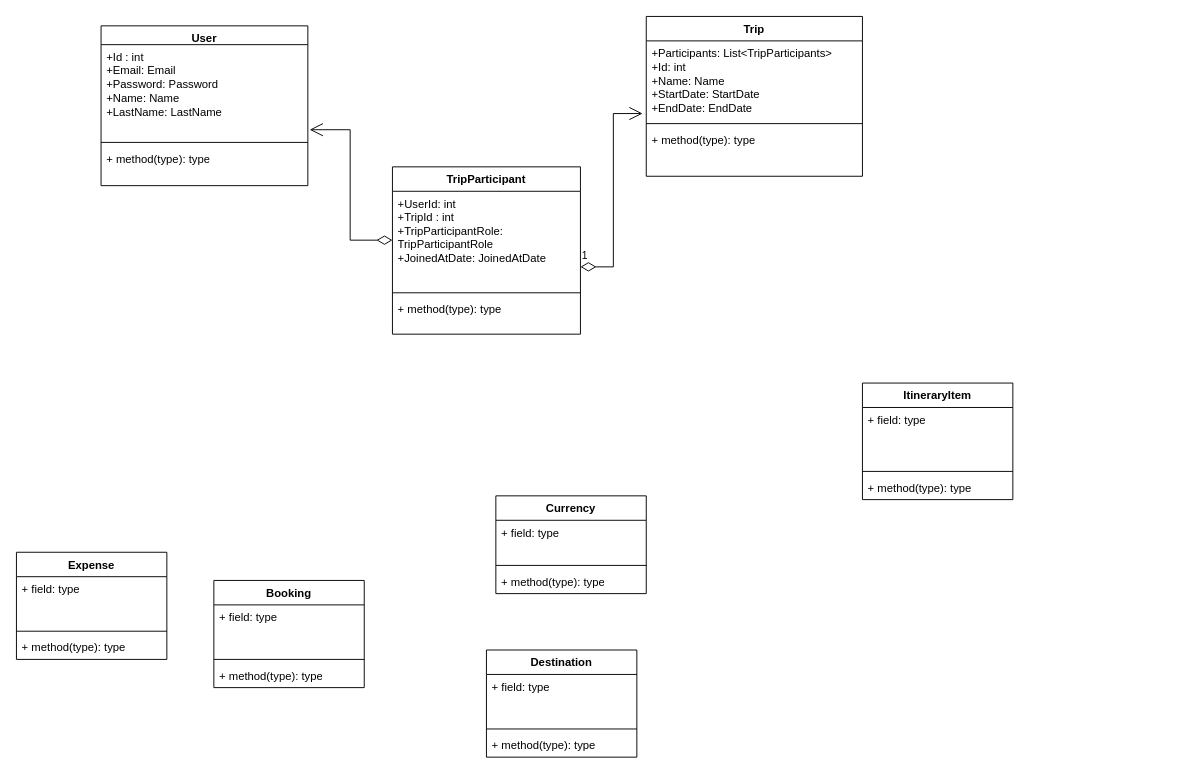
Earlier version of the draw.io diagram Class Diagram.drawio (mauriuy007/PeerT-). Source tidied: cells renumbered, new cells numbered last; positions are measured from the earlier drawing's top-left corner, leaving out a move shared by most shapes. Both pictures are drawn from the tidied source at 94%, with x=0, y=0 at pixel (16, 16).
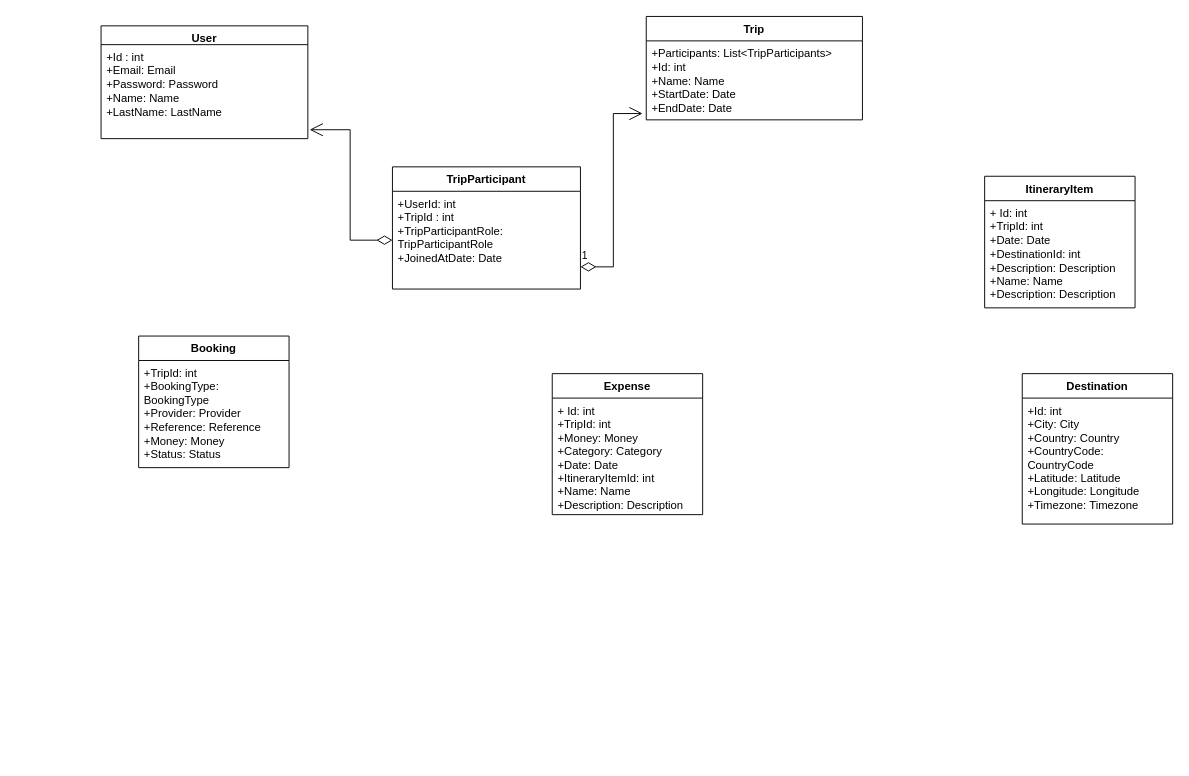
The same diagram, later.

Commit message (it also covers changes not shown here):
adding entities do design

What changed in the source:
```diff
@@
     <mxCell id="2" value="User" style="swimlane;fontStyle=1;align=center;verticalAlign=top;horizontal=1;startSize=20;whiteSpace=wrap;html=1;" parent="1" vertex="1">
-      <mxGeometry x="90" y="10" width="220" height="170" as="geometry" />
+      <mxGeometry x="90" y="10" width="220" height="120" as="geometry" />
     </mxCell>
@@
-    <mxCell id="4" style="line;strokeWidth=1;fillColor=none;align=left;verticalAlign=middle;spacingTop=-1;spacingLeft=3;spacingRight=3;labelPosition=right;strokeColor=inherit;" parent="2" vertex="1">
-      <mxGeometry y="120" width="220" height="8" as="geometry" />
-    </mxCell>
-    <mxCell id="5" value="+ method(type): type" style="text;strokeColor=none;fillColor=none;align=left;verticalAlign=top;spacingLeft=4;spacingRight=4;overflow=hidden;whiteSpace=wrap;html=1;" parent="2" vertex="1">
-      <mxGeometry y="128" width="220" height="42" as="geometry" />
-    </mxCell>
     <mxCell id="6" value="Booking" style="swimlane;fontStyle=1;align=center;verticalAlign=top;horizontal=1;startSize=26;whiteSpace=wrap;html=1;" parent="1" vertex="1">
-      <mxGeometry x="210" y="600" width="160" height="114" as="geometry" />
+      <mxGeometry x="130" y="340" width="160" height="140" as="geometry" />
     </mxCell>
-    <mxCell id="7" value="+ field: type" style="text;strokeColor=none;fillColor=none;align=left;verticalAlign=top;spacingLeft=4;spacingRight=4;overflow=hidden;whiteSpace=wrap;html=1;" parent="6" vertex="1">
-      <mxGeometry y="26" width="160" height="54" as="geometry" />
+    <mxCell id="7" value="+TripId: int&amp;nbsp;&lt;div&gt;+BookingType: BookingType&lt;/div&gt;&lt;div&gt;+Provider: Provider&lt;/div&gt;&lt;div&gt;+Reference: Reference&lt;/div&gt;&lt;div&gt;+Money: Money&lt;/div&gt;&lt;div&gt;+Status: Status&lt;/div&gt;" style="text;strokeColor=none;fillColor=none;align=left;verticalAlign=top;spacingLeft=4;spacingRight=4;overflow=hidden;whiteSpace=wrap;html=1;" parent="6" vertex="1">
+      <mxGeometry y="26" width="160" height="114" as="geometry" />
     </mxCell>
-    <mxCell id="8" style="line;strokeWidth=1;fillColor=none;align=left;verticalAlign=middle;spacingTop=-1;spacingLeft=3;spacingRight=3;labelPosition=right;strokeColor=inherit;" parent="6" vertex="1">
-      <mxGeometry y="80" width="160" height="8" as="geometry" />
-    </mxCell>
-    <mxCell id="9" value="+ method(type): type" style="text;strokeColor=none;fillColor=none;align=left;verticalAlign=top;spacingLeft=4;spacingRight=4;overflow=hidden;whiteSpace=wrap;html=1;" parent="6" vertex="1">
-      <mxGeometry y="88" width="160" height="26" as="geometry" />
-    </mxCell>
     <mxCell id="10" value="ItineraryItem" style="swimlane;fontStyle=1;align=center;verticalAlign=top;horizontal=1;startSize=26;whiteSpace=wrap;html=1;" parent="1" vertex="1">
-      <mxGeometry x="900" y="390" width="160" height="124" as="geometry" />
+      <mxGeometry x="1030" y="170" width="160" height="140" as="geometry" />
     </mxCell>
-    <mxCell id="11" value="+ field: type" style="text;strokeColor=none;fillColor=none;align=left;verticalAlign=top;spacingLeft=4;spacingRight=4;overflow=hidden;whiteSpace=wrap;html=1;" parent="10" vertex="1">
-      <mxGeometry y="26" width="160" height="64" as="geometry" />
+    <mxCell id="11" value="+ Id: int&amp;nbsp;&lt;div&gt;+TripId: int&amp;nbsp;&lt;/div&gt;&lt;div&gt;+Date: Date&lt;/div&gt;&lt;div&gt;+DestinationId: int&lt;/div&gt;&lt;div&gt;+Description: Description&lt;/div&gt;&lt;div&gt;+Name: Name&lt;/div&gt;&lt;div&gt;+Description: Description&lt;/div&gt;" style="text;strokeColor=none;fillColor=none;align=left;verticalAlign=top;spacingLeft=4;spacingRight=4;overflow=hidden;whiteSpace=wrap;html=1;" parent="10" vertex="1">
+      <mxGeometry y="26" width="160" height="114" as="geometry" />
     </mxCell>
-    <mxCell id="12" style="line;strokeWidth=1;fillColor=none;align=left;verticalAlign=middle;spacingTop=-1;spacingLeft=3;spacingRight=3;labelPosition=right;strokeColor=inherit;" parent="10" vertex="1">
-      <mxGeometry y="90" width="160" height="8" as="geometry" />
-    </mxCell>
-    <mxCell id="13" value="+ method(type): type" style="text;strokeColor=none;fillColor=none;align=left;verticalAlign=top;spacingLeft=4;spacingRight=4;overflow=hidden;whiteSpace=wrap;html=1;" parent="10" vertex="1">
-      <mxGeometry y="98" width="160" height="26" as="geometry" />
-    </mxCell>
-    <mxCell id="14" value="Destination" style="swimlane;fontStyle=1;align=center;verticalAlign=top;horizontal=1;startSize=26;whiteSpace=wrap;html=1;" parent="1" vertex="1">
-      <mxGeometry x="500" y="674" width="160" height="114" as="geometry" />
-    </mxCell>
-    <mxCell id="15" value="+ field: type" style="text;strokeColor=none;fillColor=none;align=left;verticalAlign=top;spacingLeft=4;spacingRight=4;overflow=hidden;whiteSpace=wrap;html=1;" parent="14" vertex="1">
-      <mxGeometry y="26" width="160" height="54" as="geometry" />
-    </mxCell>
-    <mxCell id="16" style="line;strokeWidth=1;fillColor=none;align=left;verticalAlign=middle;spacingTop=-1;spacingLeft=3;spacingRight=3;labelPosition=right;strokeColor=inherit;" parent="14" vertex="1">
-      <mxGeometry y="80" width="160" height="8" as="geometry" />
-    </mxCell>
-    <mxCell id="17" value="+ method(type): type" style="text;strokeColor=none;fillColor=none;align=left;verticalAlign=top;spacingLeft=4;spacingRight=4;overflow=hidden;whiteSpace=wrap;html=1;" parent="14" vertex="1">
-      <mxGeometry y="88" width="160" height="26" as="geometry" />
-    </mxCell>
     <mxCell id="18" value="Expense" style="swimlane;fontStyle=1;align=center;verticalAlign=top;horizontal=1;startSize=26;whiteSpace=wrap;html=1;" parent="1" vertex="1">
-      <mxGeometry y="570" width="160" height="114" as="geometry" />
+      <mxGeometry x="570" y="380" width="160" height="150" as="geometry" />
     </mxCell>
-    <mxCell id="19" value="+ field: type" style="text;strokeColor=none;fillColor=none;align=left;verticalAlign=top;spacingLeft=4;spacingRight=4;overflow=hidden;whiteSpace=wrap;html=1;" parent="18" vertex="1">
-      <mxGeometry y="26" width="160" height="54" as="geometry" />
+    <mxCell id="19" value="+ Id: int&amp;nbsp;&lt;div&gt;+TripId: int&amp;nbsp;&lt;/div&gt;&lt;div&gt;+Money: Money&amp;nbsp;&lt;/div&gt;&lt;div&gt;+Category: Category&lt;/div&gt;&lt;div&gt;+Date: Date&lt;/div&gt;&lt;div&gt;+ItineraryItemId: int&lt;/div&gt;&lt;div&gt;+Name: Name&lt;/div&gt;&lt;div&gt;+Description: Description&lt;/div&gt;" style="text;strokeColor=none;fillColor=none;align=left;verticalAlign=top;spacingLeft=4;spacingRight=4;overflow=hidden;whiteSpace=wrap;html=1;" parent="18" vertex="1">
+      <mxGeometry y="26" width="160" height="124" as="geometry" />
     </mxCell>
-    <mxCell id="20" style="line;strokeWidth=1;fillColor=none;align=left;verticalAlign=middle;spacingTop=-1;spacingLeft=3;spacingRight=3;labelPosition=right;strokeColor=inherit;" parent="18" vertex="1">
-      <mxGeometry y="80" width="160" height="8" as="geometry" />
-    </mxCell>
-    <mxCell id="21" value="+ method(type): type" style="text;strokeColor=none;fillColor=none;align=left;verticalAlign=top;spacingLeft=4;spacingRight=4;overflow=hidden;whiteSpace=wrap;html=1;" parent="18" vertex="1">
-      <mxGeometry y="88" width="160" height="26" as="geometry" />
-    </mxCell>
-    <mxCell id="22" value="Currency" style="swimlane;fontStyle=1;align=center;verticalAlign=top;horizontal=1;startSize=26;whiteSpace=wrap;html=1;" parent="1" vertex="1">
-      <mxGeometry x="510" y="510" width="160" height="104" as="geometry" />
-    </mxCell>
-    <mxCell id="23" value="+ field: type" style="text;strokeColor=none;fillColor=none;align=left;verticalAlign=top;spacingLeft=4;spacingRight=4;overflow=hidden;whiteSpace=wrap;html=1;" parent="22" vertex="1">
-      <mxGeometry y="26" width="160" height="44" as="geometry" />
-    </mxCell>
-    <mxCell id="24" style="line;strokeWidth=1;fillColor=none;align=left;verticalAlign=middle;spacingTop=-1;spacingLeft=3;spacingRight=3;labelPosition=right;strokeColor=inherit;" parent="22" vertex="1">
-      <mxGeometry y="70" width="160" height="8" as="geometry" />
-    </mxCell>
-    <mxCell id="25" value="+ method(type): type" style="text;strokeColor=none;fillColor=none;align=left;verticalAlign=top;spacingLeft=4;spacingRight=4;overflow=hidden;whiteSpace=wrap;html=1;" parent="22" vertex="1">
-      <mxGeometry y="78" width="160" height="26" as="geometry" />
-    </mxCell>
     <mxCell id="26" value="TripParticipant" style="swimlane;fontStyle=1;align=center;verticalAlign=top;horizontal=1;startSize=26;whiteSpace=wrap;html=1;" parent="1" vertex="1">
-      <mxGeometry x="400" y="160" width="200" height="178" as="geometry" />
+      <mxGeometry x="400" y="160" width="200" height="130" as="geometry" />
     </mxCell>
-    <mxCell id="27" value="+UserId: int&lt;div&gt;+TripId : int&lt;/div&gt;&lt;div&gt;+TripParticipantRole: TripParticipantRole&lt;/div&gt;&lt;div&gt;+JoinedAtDate: JoinedAtDate&lt;div&gt;&lt;br&gt;&lt;/div&gt;&lt;/div&gt;" style="text;strokeColor=none;fillColor=none;align=left;verticalAlign=top;spacingLeft=4;spacingRight=4;overflow=hidden;points=[[0,0.5],[1,0.5]];portConstraint=eastwest;whiteSpace=wrap;html=1;" parent="26" vertex="1">
+    <mxCell id="27" value="+UserId: int&lt;div&gt;+TripId : int&lt;/div&gt;&lt;div&gt;+TripParticipantRole: TripParticipantRole&lt;/div&gt;&lt;div&gt;+JoinedAtDate: Date&lt;div&gt;&lt;br&gt;&lt;/div&gt;&lt;/div&gt;" style="text;strokeColor=none;fillColor=none;align=left;verticalAlign=top;spacingLeft=4;spacingRight=4;overflow=hidden;points=[[0,0.5],[1,0.5]];portConstraint=eastwest;whiteSpace=wrap;html=1;" parent="26" vertex="1">
       <mxGeometry y="26" width="200" height="104" as="geometry" />
     </mxCell>
-    <mxCell id="28" style="line;strokeWidth=1;fillColor=none;align=left;verticalAlign=middle;spacingTop=-1;spacingLeft=3;spacingRight=3;labelPosition=right;strokeColor=inherit;" parent="26" vertex="1">
-      <mxGeometry y="130" width="200" height="8" as="geometry" />
-    </mxCell>
-    <mxCell id="29" value="+ method(type): type" style="text;strokeColor=none;fillColor=none;align=left;verticalAlign=top;spacingLeft=4;spacingRight=4;overflow=hidden;whiteSpace=wrap;html=1;" parent="26" vertex="1">
-      <mxGeometry y="138" width="200" height="40" as="geometry" />
-    </mxCell>
     <mxCell id="30" value="Trip" style="swimlane;fontStyle=1;align=center;verticalAlign=top;horizontal=1;startSize=26;whiteSpace=wrap;html=1;" parent="1" vertex="1">
-      <mxGeometry x="670" width="230" height="170" as="geometry" />
+      <mxGeometry x="670" width="230" height="110" as="geometry" />
     </mxCell>
-    <mxCell id="31" value="+Participants: List&amp;lt;TripParticipants&amp;gt;&lt;div&gt;+Id: int&amp;nbsp;&lt;/div&gt;&lt;div&gt;+Name: Name&lt;/div&gt;&lt;div&gt;+StartDate: StartDate&lt;/div&gt;&lt;div&gt;+EndDate: EndDate&lt;/div&gt;" style="text;strokeColor=none;fillColor=none;align=left;verticalAlign=top;spacingLeft=4;spacingRight=4;overflow=hidden;points=[[0,0.5],[1,0.5]];portConstraint=eastwest;whiteSpace=wrap;html=1;" parent="30" vertex="1">
+    <mxCell id="31" value="+Participants: List&amp;lt;TripParticipants&amp;gt;&lt;div&gt;+Id: int&amp;nbsp;&lt;/div&gt;&lt;div&gt;+Name: Name&lt;/div&gt;&lt;div&gt;+StartDate: Date&lt;/div&gt;&lt;div&gt;+EndDate: Date&lt;/div&gt;" style="text;strokeColor=none;fillColor=none;align=left;verticalAlign=top;spacingLeft=4;spacingRight=4;overflow=hidden;points=[[0,0.5],[1,0.5]];portConstraint=eastwest;whiteSpace=wrap;html=1;" parent="30" vertex="1">
       <mxGeometry y="26" width="230" height="84" as="geometry" />
     </mxCell>
-    <mxCell id="32" style="line;strokeWidth=1;fillColor=none;align=left;verticalAlign=middle;spacingTop=-1;spacingLeft=3;spacingRight=3;labelPosition=right;strokeColor=inherit;" parent="30" vertex="1">
-      <mxGeometry y="110" width="230" height="8" as="geometry" />
-    </mxCell>
-    <mxCell id="33" value="+ method(type): type" style="text;strokeColor=none;fillColor=none;align=left;verticalAlign=top;spacingLeft=4;spacingRight=4;overflow=hidden;whiteSpace=wrap;html=1;" parent="30" vertex="1">
-      <mxGeometry y="118" width="230" height="52" as="geometry" />
-    </mxCell>
@@
+    <mxCell id="14" value="Destination" style="swimlane;fontStyle=1;align=center;verticalAlign=top;horizontal=1;startSize=26;whiteSpace=wrap;html=1;" parent="1" vertex="1">
+      <mxGeometry x="1070" y="380" width="160" height="160" as="geometry" />
+    </mxCell>
+    <mxCell id="36" value="+Id: int&amp;nbsp;&lt;div&gt;+City: City&lt;/div&gt;&lt;div&gt;+Country: Country&lt;/div&gt;&lt;div&gt;+CountryCode: CountryCode&lt;/div&gt;&lt;div&gt;+Latitude: Latitude&lt;/div&gt;&lt;div&gt;+Longitude: Longitude&lt;/div&gt;&lt;div&gt;+Timezone: Timezone&lt;/div&gt;" style="text;strokeColor=none;fillColor=none;align=left;verticalAlign=top;spacingLeft=4;spacingRight=4;overflow=hidden;whiteSpace=wrap;html=1;" parent="14" vertex="1">
+      <mxGeometry y="26" width="160" height="134" as="geometry" />
+    </mxCell>
```
